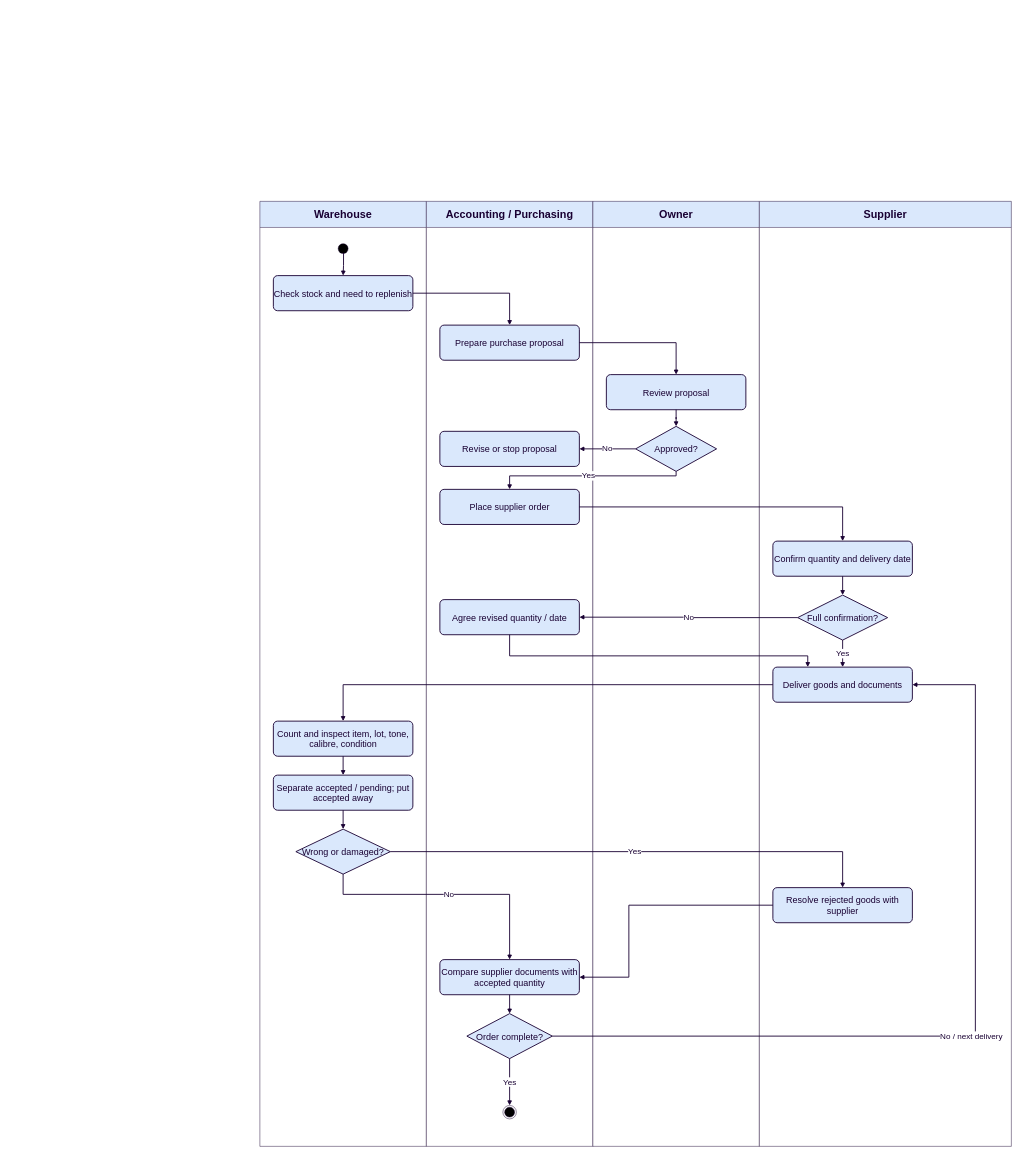
This is page "Mua - Nhận hiện tại" (9 of 21) of docs/04_so_do/WMSD_Bangach.drawio from minhbach032003/docs_doan, a draw.io file, before an edit. Source tidied: cells renumbered, new cells numbered last; positions are measured from the earlier drawing's top-left corner, leaving out a move shared by most shapes. Both pictures are drawn from the tidied source at 45%, with x=0, y=0 at pixel (260, 201).
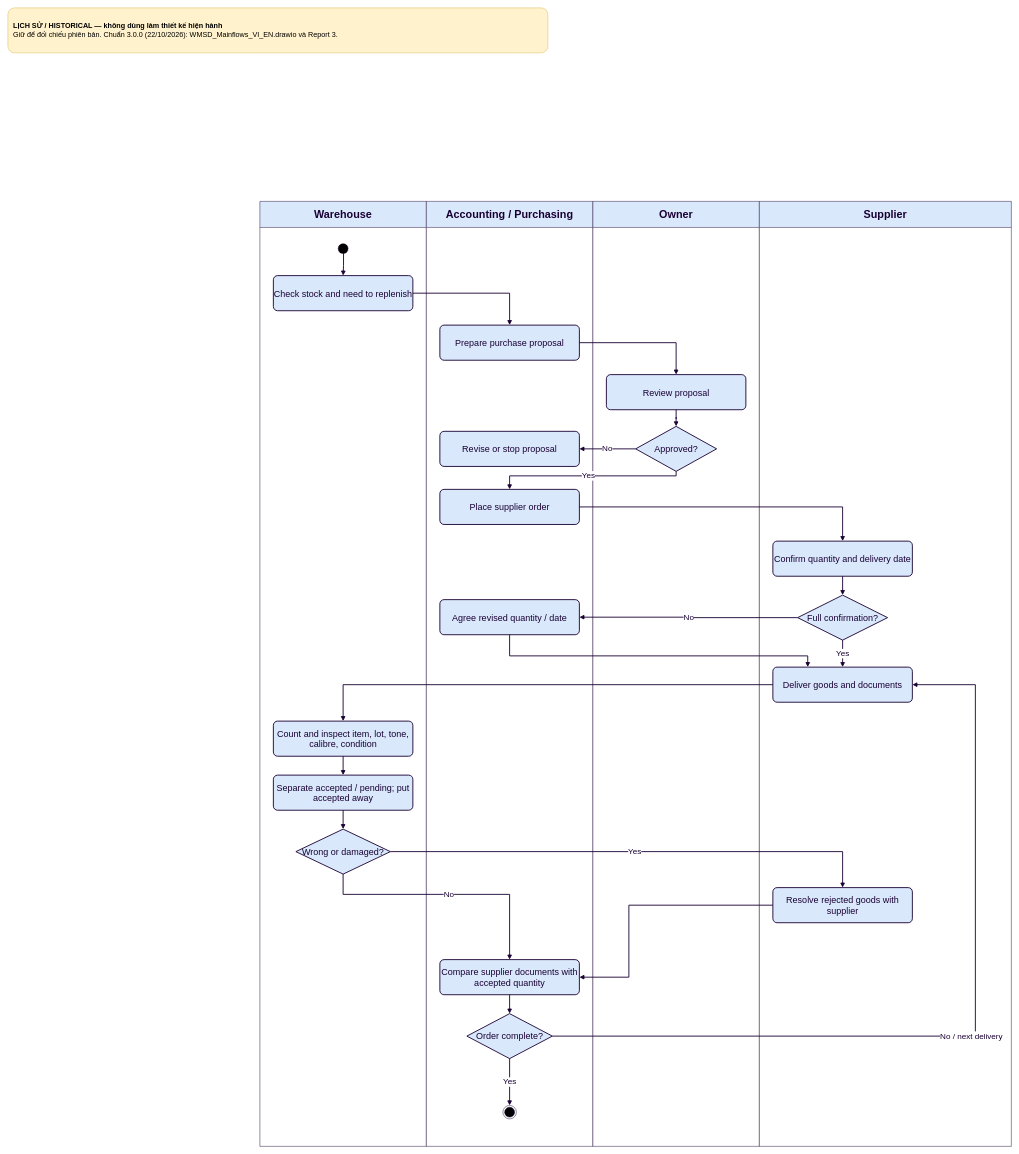
The same page after the edit.

Change to the diagram source:
```diff
@@
+    <mxCell id="44" value="&lt;b&gt;LỊCH SỬ / HISTORICAL — không dùng làm thiết kế hiện hành&lt;/b&gt;&lt;br&gt;Giữ để đối chiếu phiên bản. Chuẩn 3.0.0 (22/10/2026): WMSD_Mainflows_VI_EN.drawio và Report 3." style="rounded=1;whiteSpace=wrap;html=1;fontFamily=Arial;fontSize=16;align=left;spacing=12;fillColor=#fff2cc;strokeColor=#d6b656;" parent="1" vertex="1">
+      <mxGeometry x="-560" y="-430" width="1200" height="100" as="geometry" />
+    </mxCell>
```
